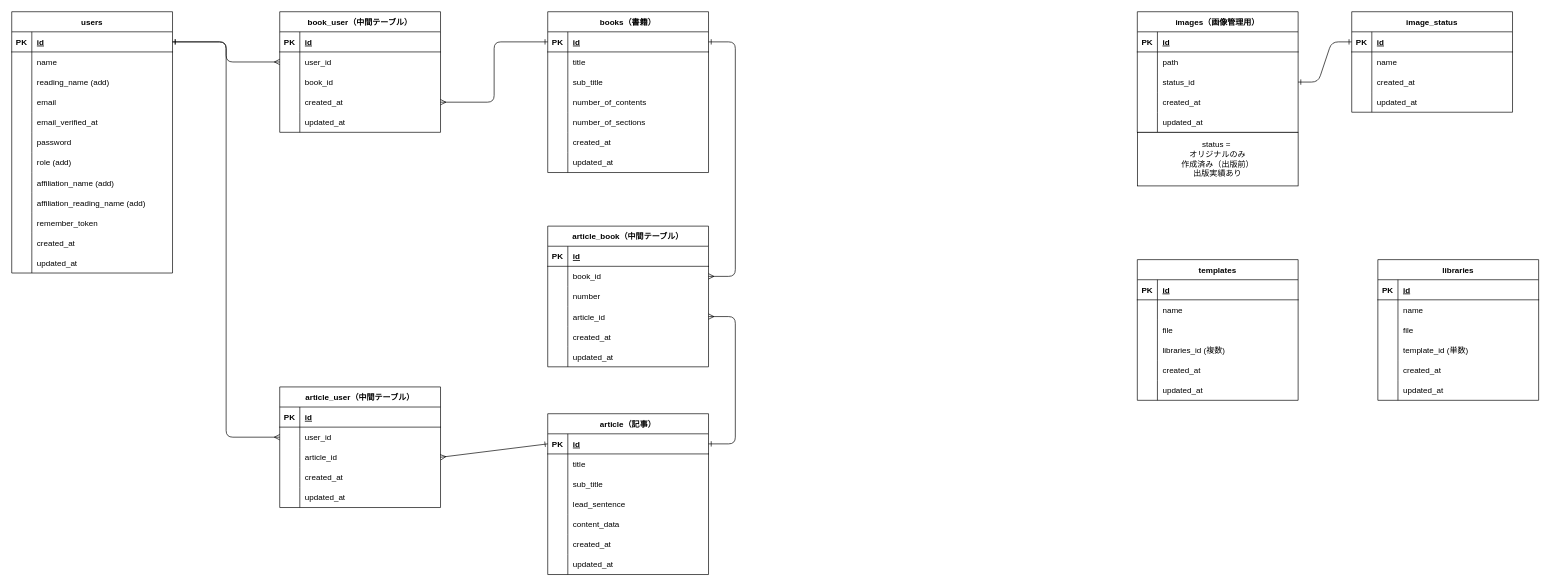
Earlier version of the draw.io diagram _documents/BookWriterDB.drawio (nishi3da/book-writer). Source tidied: cells renumbered, new cells numbered last; positions are measured from the earlier drawing's top-left corner, leaving out a move shared by most shapes. Both pictures are drawn from the tidied source at 67%, with x=0, y=0 at pixel (11, 11).
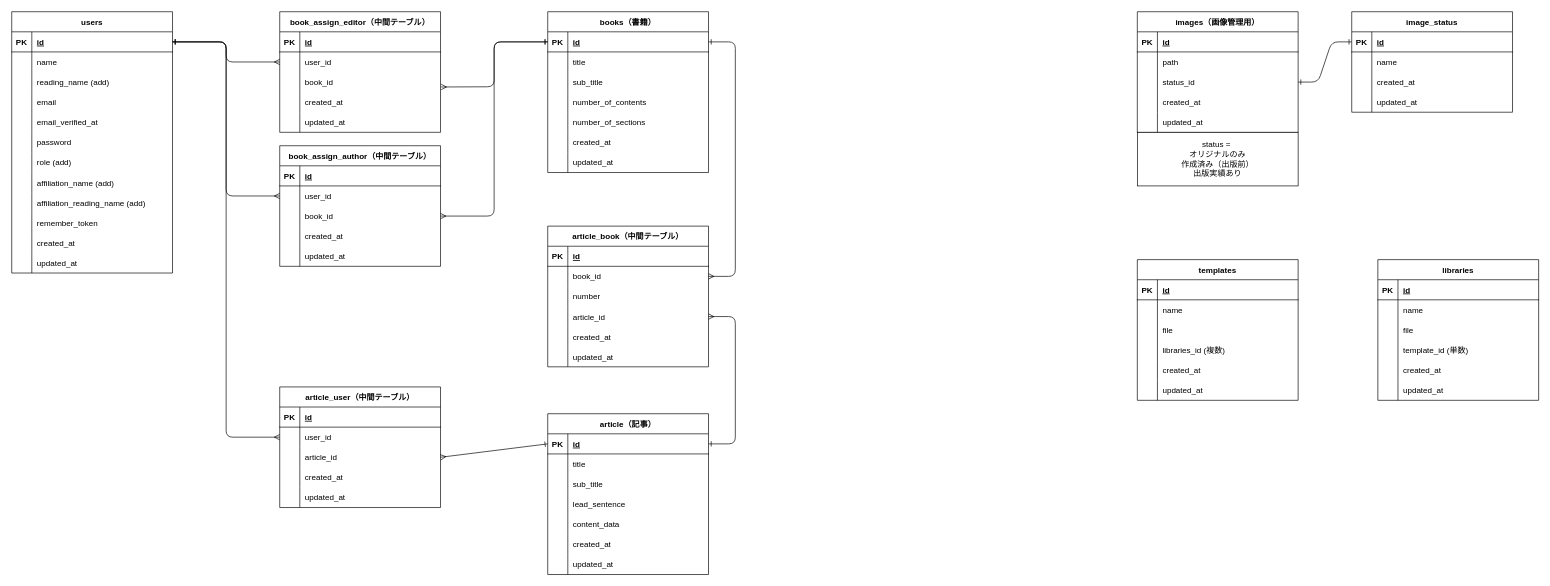
The same page after the edit.

Commit message:
DB仕様書の更新 ・book_assign_editor ・book_assign_author の中間テーブルを更新

Unchanged cells that the change refers to:
```xml
<mxCell id="3" style="shape=tableRow;horizontal=0;startSize=0;swimlaneHead=0;swimlaneBody=0;fillColor=none;points=[[0,0.5],[1,0.5]];portConstraint=eastwest;top=0;left=0;right=0;bottom=1;strokeColor=default;" parent="2" vertex="1">
  <mxGeometry y="30" width="240" height="30" as="geometry" />
</mxCell>
<mxCell id="46" style="shape=tableRow;horizontal=0;startSize=0;swimlaneHead=0;swimlaneBody=0;fillColor=none;points=[[0,0.5],[1,0.5]];portConstraint=eastwest;top=0;left=0;right=0;bottom=0;strokeColor=default;" parent="39" vertex="1">
  <mxGeometry y="90" width="240" height="30" as="geometry" />
</mxCell>
<mxCell id="91" style="shape=tableRow;horizontal=0;startSize=0;swimlaneHead=0;swimlaneBody=0;fillColor=none;points=[[0,0.5],[1,0.5]];portConstraint=eastwest;top=0;left=0;right=0;bottom=1;strokeColor=default;" parent="90" vertex="1">
  <mxGeometry y="30" width="240" height="30" as="geometry" />
</mxCell>
```

Diff of the diagram source:
```diff
@@
-    <mxCell id="39" value="book_user（中間テーブル）" style="shape=table;startSize=30;childLayout=tableLayout;rowLines=0;fontStyle=1;align=center;strokeColor=default;" parent="1" vertex="1">
+    <mxCell id="39" value="book_assign_editor（中間テーブル）" style="shape=table;startSize=30;childLayout=tableLayout;rowLines=0;fontStyle=1;align=center;strokeColor=default;" parent="1" vertex="1">
       <mxGeometry x="400" width="240" height="180" as="geometry" />
     </mxCell>
@@
+    <mxCell id="209" value="book_assign_author（中間テーブル）" style="shape=table;startSize=30;childLayout=tableLayout;rowLines=0;fontStyle=1;align=center;strokeColor=default;" parent="1" vertex="1">
+      <mxGeometry x="400" y="200" width="240" height="180" as="geometry" />
+    </mxCell>
+    <mxCell id="210" style="shape=tableRow;horizontal=0;startSize=0;swimlaneHead=0;swimlaneBody=0;fillColor=none;top=0;left=0;right=0;bottom=1;strokeColor=default;" parent="209" vertex="1">
+      <mxGeometry y="30" width="240" height="30" as="geometry" />
+    </mxCell>
+    <mxCell id="211" value="PK" style="shape=partialRectangle;fillColor=none;top=0;left=0;bottom=0;right=0;fontStyle=1;overflow=hidden;strokeColor=default;" parent="210" vertex="1">
+      <mxGeometry width="30" height="30" as="geometry" />
+    </mxCell>
+    <mxCell id="212" value="id" style="shape=partialRectangle;fillColor=none;top=0;left=0;bottom=0;right=0;align=left;spacingLeft=6;fontStyle=5;overflow=hidden;strokeColor=default;" parent="210" vertex="1">
+      <mxGeometry x="30" width="210" height="30" as="geometry" />
+    </mxCell>
+    <mxCell id="213" style="shape=tableRow;horizontal=0;startSize=0;swimlaneHead=0;swimlaneBody=0;fillColor=none;points=[[0,0.5],[1,0.5]];portConstraint=eastwest;top=0;left=0;right=0;bottom=0;strokeColor=default;" parent="209" vertex="1">
+      <mxGeometry y="60" width="240" height="30" as="geometry" />
+    </mxCell>
+    <mxCell id="214" style="shape=partialRectangle;fillColor=none;top=0;left=0;bottom=0;right=0;overflow=hidden;strokeColor=default;" parent="213" vertex="1">
+      <mxGeometry width="30" height="30" as="geometry" />
+    </mxCell>
+    <mxCell id="215" value="user_id" style="shape=partialRectangle;fillColor=none;top=0;left=0;bottom=0;right=0;align=left;spacingLeft=6;overflow=hidden;strokeColor=default;" parent="213" vertex="1">
+      <mxGeometry x="30" width="210" height="30" as="geometry" />
+    </mxCell>
+    <mxCell id="216" style="shape=tableRow;horizontal=0;startSize=0;swimlaneHead=0;swimlaneBody=0;fillColor=none;points=[[0,0.5],[1,0.5]];portConstraint=eastwest;top=0;left=0;right=0;bottom=0;strokeColor=default;" parent="209" vertex="1">
+      <mxGeometry y="90" width="240" height="30" as="geometry" />
+    </mxCell>
+    <mxCell id="217" style="shape=partialRectangle;fillColor=none;top=0;left=0;bottom=0;right=0;overflow=hidden;strokeColor=default;" parent="216" vertex="1">
+      <mxGeometry width="30" height="30" as="geometry" />
+    </mxCell>
+    <mxCell id="218" value="book_id" style="shape=partialRectangle;fillColor=none;top=0;left=0;bottom=0;right=0;align=left;spacingLeft=6;overflow=hidden;strokeColor=default;" parent="216" vertex="1">
+      <mxGeometry x="30" width="210" height="30" as="geometry" />
+    </mxCell>
+    <mxCell id="219" style="shape=tableRow;horizontal=0;startSize=0;swimlaneHead=0;swimlaneBody=0;fillColor=none;top=0;left=0;right=0;bottom=0;strokeColor=default;" parent="209" vertex="1">
+      <mxGeometry y="120" width="240" height="30" as="geometry" />
+    </mxCell>
+    <mxCell id="220" style="shape=partialRectangle;fillColor=none;top=0;left=0;bottom=0;right=0;overflow=hidden;strokeColor=default;" parent="219" vertex="1">
+      <mxGeometry width="30" height="30" as="geometry" />
+    </mxCell>
+    <mxCell id="221" value="created_at" style="shape=partialRectangle;fillColor=none;top=0;left=0;bottom=0;right=0;align=left;spacingLeft=6;overflow=hidden;strokeColor=default;" parent="219" vertex="1">
+      <mxGeometry x="30" width="210" height="30" as="geometry" />
+    </mxCell>
+    <mxCell id="222" style="shape=tableRow;horizontal=0;startSize=0;swimlaneHead=0;swimlaneBody=0;fillColor=none;top=0;left=0;right=0;bottom=0;strokeColor=default;" parent="209" vertex="1">
+      <mxGeometry y="150" width="240" height="30" as="geometry" />
+    </mxCell>
+    <mxCell id="223" style="shape=partialRectangle;fillColor=none;top=0;left=0;bottom=0;right=0;overflow=hidden;strokeColor=default;" parent="222" vertex="1">
+      <mxGeometry width="30" height="30" as="geometry" />
+    </mxCell>
+    <mxCell id="224" value="updated_at" style="shape=partialRectangle;fillColor=none;top=0;left=0;bottom=0;right=0;align=left;spacingLeft=6;overflow=hidden;strokeColor=default;" parent="222" vertex="1">
+      <mxGeometry x="30" width="210" height="30" as="geometry" />
+    </mxCell>
@@
-    <mxCell id="205" style="endArrow=ERmany;startArrow=ERone;html=1;exitX=0;exitY=0.5;exitDx=0;exitDy=0;entryX=1;entryY=0.5;entryDx=0;entryDy=0;endFill=0;startFill=0;" parent="1" edge="1" source="91">
+    <mxCell id="205" style="endArrow=ERmany;startArrow=ERone;html=1;exitX=0;exitY=0.5;exitDx=0;exitDy=0;entryX=1.004;entryY=0.745;entryDx=0;entryDy=0;endFill=0;startFill=0;entryPerimeter=0;" parent="1" edge="1" source="91" target="46">
       <mxGeometry relative="1" as="geometry">
-        <mxPoint x="640" y="135" as="targetPoint" />
         <Array as="points">
           <mxPoint x="720" y="45" />
-          <mxPoint x="720" y="135" />
+          <mxPoint x="720" y="112" />
         </Array>
       </mxGeometry>
     </mxCell>
@@
+    <mxCell id="225" style="endArrow=ERmany;startArrow=ERone;html=1;exitX=1;exitY=0.5;exitDx=0;exitDy=0;entryX=0;entryY=0.5;entryDx=0;entryDy=0;endFill=0;startFill=0;" parent="1" edge="1" source="3" target="213">
+      <mxGeometry relative="1" as="geometry">
+        <Array as="points">
+          <mxPoint x="320" y="45" />
+          <mxPoint x="320" y="275" />
+        </Array>
+      </mxGeometry>
+    </mxCell>
+    <mxCell id="226" style="endArrow=ERmany;startArrow=ERone;html=1;exitX=0;exitY=0.5;exitDx=0;exitDy=0;entryX=1;entryY=0.5;entryDx=0;entryDy=0;endFill=0;startFill=0;" parent="1" edge="1" source="91" target="216">
+      <mxGeometry relative="1" as="geometry">
+        <Array as="points">
+          <mxPoint x="720" y="45" />
+          <mxPoint x="720" y="305" />
+        </Array>
+      </mxGeometry>
+    </mxCell>
```
